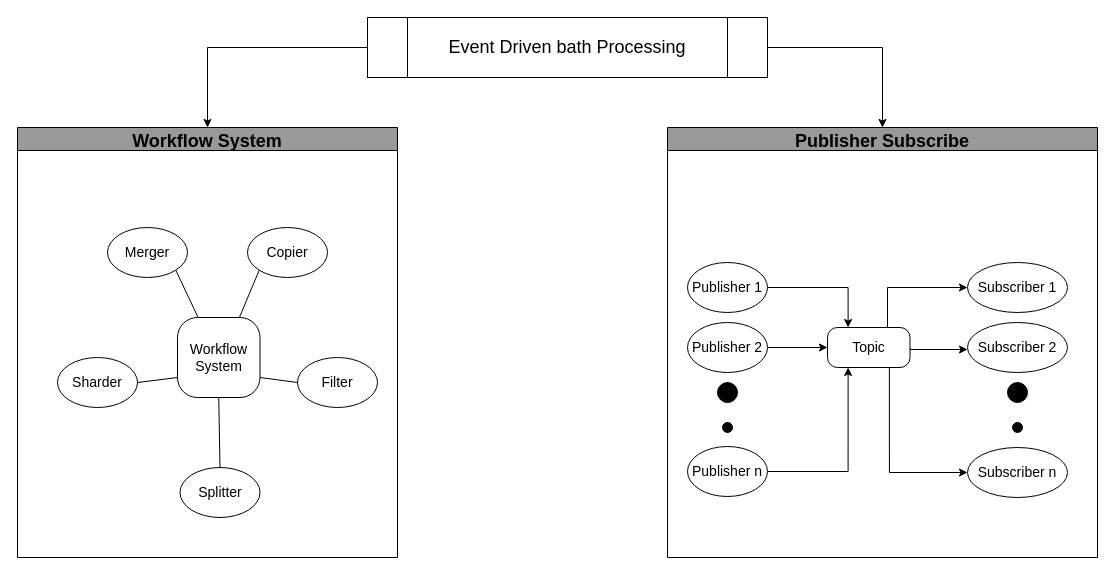
This is Untitled Diagram.drawio from SuvroDebnath/CSE707, a draw.io file, before an edit. Source tidied: cells renumbered, new cells numbered last; positions are measured from the earlier drawing's top-left corner, leaving out a move shared by most shapes. Both pictures are drawn from the tidied source at 100%, with x=0, y=0 at pixel (17, 17).
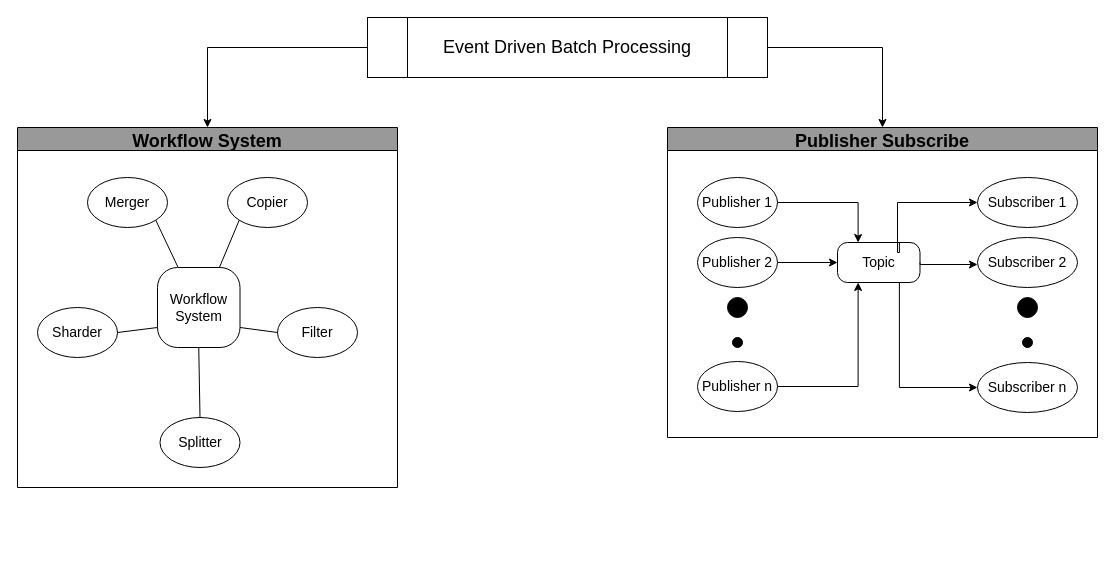
The same diagram, later.

Change to the diagram source:
```diff
@@
+    <mxCell id="13" style="edgeStyle=orthogonalEdgeStyle;rounded=0;jettySize=auto;html=1;exitX=0;exitY=0.5;exitDx=0;exitDy=0;entryX=0.5;entryY=0;entryDx=0;entryDy=0;fontSize=18;" parent="1" edge="1" source="15" target="33">
+      <mxGeometry relative="1" as="geometry" />
+    </mxCell>
+    <mxCell id="14" style="edgeStyle=orthogonalEdgeStyle;rounded=0;jettySize=auto;html=1;exitX=1;exitY=0.5;exitDx=0;exitDy=0;entryX=0.5;entryY=0;entryDx=0;entryDy=0;fontSize=18;" parent="1" edge="1" source="15" target="34">
+      <mxGeometry relative="1" as="geometry" />
+    </mxCell>
+    <mxCell id="15" value="&lt;span&gt;&lt;font style=&quot;font-size: 18px&quot;&gt;Event Driven Batch Processing&lt;/font&gt;&lt;/span&gt;" style="shape=process;whiteSpace=wrap;html=1;backgroundOutline=1;fontSize=14;fillColor=none;" parent="1" vertex="1">
+      <mxGeometry x="350" width="400" height="60" as="geometry" />
+    </mxCell>
+    <mxCell id="33" value="Workflow System" style="swimlane;fontSize=18;fillColor=#999999;" parent="1" vertex="1">
+      <mxGeometry y="110" width="380" height="360" as="geometry" />
+    </mxCell>
-    <mxCell id="2" value="Workflow System" style="rounded=1;whiteSpace=wrap;html=1;fontSize=14;arcSize=25;" parent="1" vertex="1">
-      <mxGeometry x="160" y="300" width="82.5" height="80" as="geometry" />
+    <mxCell id="2" value="Workflow System" style="rounded=1;whiteSpace=wrap;html=1;fontSize=14;arcSize=25;" parent="33" vertex="1">
+      <mxGeometry x="140" y="140" width="82.5" height="80" as="geometry" />
     </mxCell>
-    <mxCell id="3" value="Copier" style="ellipse;whiteSpace=wrap;html=1;fontSize=14;" parent="1" vertex="1">
-      <mxGeometry x="230" y="210" width="80" height="50" as="geometry" />
+    <mxCell id="3" value="Copier" style="ellipse;whiteSpace=wrap;html=1;fontSize=14;" parent="33" vertex="1">
+      <mxGeometry x="210" y="50" width="80" height="50" as="geometry" />
     </mxCell>
-    <mxCell id="4" style="endArrow=none;html=1;rounded=0;fontSize=14;exitX=0.75;exitY=0;exitDx=0;exitDy=0;entryX=0;entryY=1;entryDx=0;entryDy=0;" parent="1" edge="1" source="2" target="3">
+    <mxCell id="4" style="endArrow=none;html=1;rounded=0;fontSize=14;exitX=0.75;exitY=0;exitDx=0;exitDy=0;entryX=0;entryY=1;entryDx=0;entryDy=0;" parent="33" edge="1" source="2" target="3">
       <mxGeometry relative="1" as="geometry" />
     </mxCell>
-    <mxCell id="5" value="Filter" style="ellipse;whiteSpace=wrap;html=1;fontSize=14;" parent="1" vertex="1">
-      <mxGeometry x="280" y="340" width="80" height="50" as="geometry" />
+    <mxCell id="5" value="Filter" style="ellipse;whiteSpace=wrap;html=1;fontSize=14;" parent="33" vertex="1">
+      <mxGeometry x="260" y="180" width="80" height="50" as="geometry" />
     </mxCell>
-    <mxCell id="6" value="Splitter" style="ellipse;whiteSpace=wrap;html=1;fontSize=14;" parent="1" vertex="1">
-      <mxGeometry x="162.5" y="450" width="80" height="50" as="geometry" />
+    <mxCell id="6" value="Splitter" style="ellipse;whiteSpace=wrap;html=1;fontSize=14;" parent="33" vertex="1">
+      <mxGeometry x="142.5" y="290" width="80" height="50" as="geometry" />
     </mxCell>
-    <mxCell id="7" value="Sharder" style="ellipse;whiteSpace=wrap;html=1;fontSize=14;" parent="1" vertex="1">
-      <mxGeometry x="40" y="340" width="80" height="50" as="geometry" />
+    <mxCell id="7" value="Sharder" style="ellipse;whiteSpace=wrap;html=1;fontSize=14;" parent="33" vertex="1">
+      <mxGeometry x="20" y="180" width="80" height="50" as="geometry" />
     </mxCell>
-    <mxCell id="8" value="Merger" style="ellipse;whiteSpace=wrap;html=1;fontSize=14;" parent="1" vertex="1">
-      <mxGeometry x="90" y="210" width="80" height="50" as="geometry" />
+    <mxCell id="8" value="Merger" style="ellipse;whiteSpace=wrap;html=1;fontSize=14;" parent="33" vertex="1">
+      <mxGeometry x="70" y="50" width="80" height="50" as="geometry" />
     </mxCell>
-    <mxCell id="9" style="endArrow=none;html=1;rounded=0;fontSize=14;exitX=0.25;exitY=0;exitDx=0;exitDy=0;entryX=1;entryY=1;entryDx=0;entryDy=0;" parent="1" edge="1" source="2" target="8">
+    <mxCell id="9" style="endArrow=none;html=1;rounded=0;fontSize=14;exitX=0.25;exitY=0;exitDx=0;exitDy=0;entryX=1;entryY=1;entryDx=0;entryDy=0;" parent="33" edge="1" source="2" target="8">
       <mxGeometry relative="1" as="geometry" />
     </mxCell>
-    <mxCell id="10" style="endArrow=none;html=1;rounded=0;fontSize=14;entryX=0;entryY=0.5;entryDx=0;entryDy=0;exitX=1;exitY=0.75;exitDx=0;exitDy=0;" parent="1" edge="1" source="2" target="5">
+    <mxCell id="10" style="endArrow=none;html=1;rounded=0;fontSize=14;entryX=0;entryY=0.5;entryDx=0;entryDy=0;exitX=1;exitY=0.75;exitDx=0;exitDy=0;" parent="33" edge="1" source="2" target="5">
       <mxGeometry relative="1" as="geometry" />
     </mxCell>
-    <mxCell id="11" style="endArrow=none;html=1;rounded=0;fontSize=14;entryX=1;entryY=0.5;entryDx=0;entryDy=0;exitX=0;exitY=0.75;exitDx=0;exitDy=0;" parent="1" edge="1" source="2" target="7">
+    <mxCell id="11" style="endArrow=none;html=1;rounded=0;fontSize=14;entryX=1;entryY=0.5;entryDx=0;entryDy=0;exitX=0;exitY=0.75;exitDx=0;exitDy=0;" parent="33" edge="1" source="2" target="7">
       <mxGeometry relative="1" as="geometry" />
     </mxCell>
-    <mxCell id="12" style="endArrow=none;html=1;rounded=0;fontSize=14;exitX=0.5;exitY=0;exitDx=0;exitDy=0;entryX=0.5;entryY=1;entryDx=0;entryDy=0;" parent="1" edge="1" source="6" target="2">
+    <mxCell id="12" style="endArrow=none;html=1;rounded=0;fontSize=14;exitX=0.5;exitY=0;exitDx=0;exitDy=0;entryX=0.5;entryY=1;entryDx=0;entryDy=0;" parent="33" edge="1" source="6" target="2">
       <mxGeometry relative="1" as="geometry" />
     </mxCell>
-    <mxCell id="13" style="edgeStyle=orthogonalEdgeStyle;rounded=0;jettySize=auto;html=1;exitX=0;exitY=0.5;exitDx=0;exitDy=0;entryX=0.5;entryY=0;entryDx=0;entryDy=0;fontSize=18;" parent="1" edge="1" source="15" target="33">
-      <mxGeometry relative="1" as="geometry" />
-    </mxCell>
-    <mxCell id="14" style="edgeStyle=orthogonalEdgeStyle;rounded=0;jettySize=auto;html=1;exitX=1;exitY=0.5;exitDx=0;exitDy=0;entryX=0.5;entryY=0;entryDx=0;entryDy=0;fontSize=18;" parent="1" edge="1" source="15" target="34">
-      <mxGeometry relative="1" as="geometry" />
-    </mxCell>
-    <mxCell id="15" value="&lt;span&gt;&lt;font style=&quot;font-size: 18px&quot;&gt;Event Driven bath Processing&lt;/font&gt;&lt;/span&gt;" style="shape=process;whiteSpace=wrap;html=1;backgroundOutline=1;fontSize=14;fillColor=none;" parent="1" vertex="1">
-      <mxGeometry x="350" width="400" height="60" as="geometry" />
-    </mxCell>
-    <mxCell id="16" style="edgeStyle=orthogonalEdgeStyle;rounded=0;jettySize=auto;html=1;exitX=0.75;exitY=0;exitDx=0;exitDy=0;fontSize=18;entryX=0;entryY=0.5;entryDx=0;entryDy=0;" parent="1" edge="1" source="19" target="28">
-      <mxGeometry relative="1" as="geometry">
-        <Array as="points">
-          <mxPoint x="870" y="320" />
-          <mxPoint x="870" y="270" />
-        </Array>
-      </mxGeometry>
-    </mxCell>
-    <mxCell id="17" style="edgeStyle=orthogonalEdgeStyle;rounded=0;jettySize=auto;html=1;exitX=0.75;exitY=1;exitDx=0;exitDy=0;entryX=0;entryY=0.5;entryDx=0;entryDy=0;fontSize=18;" parent="1" edge="1" source="19" target="32">
-      <mxGeometry relative="1" as="geometry" />
-    </mxCell>
-    <mxCell id="18" style="edgeStyle=orthogonalEdgeStyle;rounded=0;jettySize=auto;html=1;exitX=1;exitY=0.5;exitDx=0;exitDy=0;fontSize=18;entryX=0;entryY=0.54;entryDx=0;entryDy=0;entryPerimeter=0;" parent="1" edge="1" source="19" target="31">
-      <mxGeometry relative="1" as="geometry">
-        <Array as="points">
-          <mxPoint x="893" y="332" />
-        </Array>
-      </mxGeometry>
-    </mxCell>
+    <mxCell id="34" value="Publisher Subscribe" style="swimlane;fontSize=18;fillColor=#999999;" parent="1" vertex="1">
+      <mxGeometry x="650" y="110" width="430" height="310" as="geometry" />
+    </mxCell>
-    <mxCell id="19" value="Topic" style="rounded=1;whiteSpace=wrap;html=1;fontSize=14;arcSize=25;" parent="1" vertex="1">
-      <mxGeometry x="810" y="310" width="82.5" height="40" as="geometry" />
+    <mxCell id="19" value="Topic" style="rounded=1;whiteSpace=wrap;html=1;fontSize=14;arcSize=25;" parent="34" vertex="1">
+      <mxGeometry x="170" y="115" width="82.5" height="40" as="geometry" />
     </mxCell>
-    <mxCell id="20" style="edgeStyle=orthogonalEdgeStyle;rounded=0;jettySize=auto;html=1;exitX=1;exitY=0.5;exitDx=0;exitDy=0;entryX=0.25;entryY=0;entryDx=0;entryDy=0;fontSize=18;" parent="1" edge="1" source="21" target="19">
+    <mxCell id="20" style="edgeStyle=orthogonalEdgeStyle;rounded=0;jettySize=auto;html=1;exitX=1;exitY=0.5;exitDx=0;exitDy=0;entryX=0.25;entryY=0;entryDx=0;entryDy=0;fontSize=18;" parent="34" edge="1" source="21" target="19">
       <mxGeometry relative="1" as="geometry" />
     </mxCell>
-    <mxCell id="21" value="Publisher 1" style="ellipse;whiteSpace=wrap;html=1;fontSize=14;" parent="1" vertex="1">
-      <mxGeometry x="670" y="245" width="80" height="50" as="geometry" />
+    <mxCell id="21" value="Publisher 1" style="ellipse;whiteSpace=wrap;html=1;fontSize=14;" parent="34" vertex="1">
+      <mxGeometry x="30" y="50" width="80" height="50" as="geometry" />
     </mxCell>
-    <mxCell id="22" style="edgeStyle=orthogonalEdgeStyle;rounded=0;jettySize=auto;html=1;exitX=1;exitY=0.5;exitDx=0;exitDy=0;entryX=0;entryY=0.5;entryDx=0;entryDy=0;fontSize=18;" parent="1" edge="1" source="23" target="19">
+    <mxCell id="22" style="edgeStyle=orthogonalEdgeStyle;rounded=0;jettySize=auto;html=1;exitX=1;exitY=0.5;exitDx=0;exitDy=0;entryX=0;entryY=0.5;entryDx=0;entryDy=0;fontSize=18;" parent="34" edge="1" source="23" target="19">
       <mxGeometry relative="1" as="geometry" />
     </mxCell>
-    <mxCell id="23" value="Publisher 2" style="ellipse;whiteSpace=wrap;html=1;fontSize=14;" parent="1" vertex="1">
-      <mxGeometry x="670" y="305" width="80" height="50" as="geometry" />
+    <mxCell id="23" value="Publisher 2" style="ellipse;whiteSpace=wrap;html=1;fontSize=14;" parent="34" vertex="1">
+      <mxGeometry x="30" y="110" width="80" height="50" as="geometry" />
     </mxCell>
-    <mxCell id="24" style="edgeStyle=orthogonalEdgeStyle;rounded=0;jettySize=auto;html=1;exitX=1;exitY=0.5;exitDx=0;exitDy=0;entryX=0.25;entryY=1;entryDx=0;entryDy=0;fontSize=18;" parent="1" edge="1" source="25" target="19">
+    <mxCell id="24" style="edgeStyle=orthogonalEdgeStyle;rounded=0;jettySize=auto;html=1;exitX=1;exitY=0.5;exitDx=0;exitDy=0;entryX=0.25;entryY=1;entryDx=0;entryDy=0;fontSize=18;" parent="34" edge="1" source="25" target="19">
       <mxGeometry relative="1" as="geometry" />
     </mxCell>
-    <mxCell id="25" value="Publisher n" style="ellipse;whiteSpace=wrap;html=1;fontSize=14;" parent="1" vertex="1">
-      <mxGeometry x="670" y="429" width="80" height="50" as="geometry" />
+    <mxCell id="25" value="Publisher n" style="ellipse;whiteSpace=wrap;html=1;fontSize=14;" parent="34" vertex="1">
+      <mxGeometry x="30" y="234" width="80" height="50" as="geometry" />
     </mxCell>
-    <mxCell id="26" style="ellipse;whiteSpace=wrap;html=1;fontSize=18;fillColor=#000000;" parent="1" vertex="1">
-      <mxGeometry x="700" y="365" width="20" height="20" as="geometry" />
+    <mxCell id="26" style="ellipse;whiteSpace=wrap;html=1;fontSize=18;fillColor=#000000;" parent="34" vertex="1">
+      <mxGeometry x="60" y="170" width="20" height="20" as="geometry" />
     </mxCell>
-    <mxCell id="27" style="ellipse;whiteSpace=wrap;html=1;fontSize=18;fillColor=#000000;" parent="1" vertex="1">
-      <mxGeometry x="705" y="405" width="10" height="10" as="geometry" />
+    <mxCell id="27" style="ellipse;whiteSpace=wrap;html=1;fontSize=18;fillColor=#000000;" parent="34" vertex="1">
+      <mxGeometry x="65" y="210" width="10" height="10" as="geometry" />
     </mxCell>
-    <mxCell id="28" value="Subscriber 1" style="ellipse;whiteSpace=wrap;html=1;fontSize=14;" parent="1" vertex="1">
-      <mxGeometry x="950" y="245" width="100" height="50" as="geometry" />
+    <mxCell id="28" value="Subscriber 1" style="ellipse;whiteSpace=wrap;html=1;fontSize=14;" parent="34" vertex="1">
+      <mxGeometry x="310" y="50" width="100" height="50" as="geometry" />
     </mxCell>
+    <mxCell id="16" style="edgeStyle=orthogonalEdgeStyle;rounded=0;jettySize=auto;html=1;exitX=0.75;exitY=0;exitDx=0;exitDy=0;fontSize=18;entryX=0;entryY=0.5;entryDx=0;entryDy=0;" parent="34" edge="1" source="19" target="28">
+      <mxGeometry relative="1" as="geometry">
+        <Array as="points">
+          <mxPoint x="230" y="125" />
+          <mxPoint x="230" y="75" />
+        </Array>
+      </mxGeometry>
+    </mxCell>
-    <mxCell id="29" style="ellipse;whiteSpace=wrap;html=1;fontSize=18;fillColor=#000000;" parent="1" vertex="1">
-      <mxGeometry x="990" y="365" width="20" height="20" as="geometry" />
+    <mxCell id="29" style="ellipse;whiteSpace=wrap;html=1;fontSize=18;fillColor=#000000;" parent="34" vertex="1">
+      <mxGeometry x="350" y="170" width="20" height="20" as="geometry" />
     </mxCell>
-    <mxCell id="30" style="ellipse;whiteSpace=wrap;html=1;fontSize=18;fillColor=#000000;" parent="1" vertex="1">
-      <mxGeometry x="995" y="405" width="10" height="10" as="geometry" />
+    <mxCell id="30" style="ellipse;whiteSpace=wrap;html=1;fontSize=18;fillColor=#000000;" parent="34" vertex="1">
+      <mxGeometry x="355" y="210" width="10" height="10" as="geometry" />
     </mxCell>
-    <mxCell id="31" value="Subscriber 2" style="ellipse;whiteSpace=wrap;html=1;fontSize=14;" parent="1" vertex="1">
-      <mxGeometry x="950" y="305" width="100" height="50" as="geometry" />
+    <mxCell id="31" value="Subscriber 2" style="ellipse;whiteSpace=wrap;html=1;fontSize=14;" parent="34" vertex="1">
+      <mxGeometry x="310" y="110" width="100" height="50" as="geometry" />
     </mxCell>
+    <mxCell id="18" style="edgeStyle=orthogonalEdgeStyle;rounded=0;jettySize=auto;html=1;exitX=1;exitY=0.5;exitDx=0;exitDy=0;fontSize=18;entryX=0;entryY=0.54;entryDx=0;entryDy=0;entryPerimeter=0;" parent="34" edge="1" source="19" target="31">
+      <mxGeometry relative="1" as="geometry">
+        <Array as="points">
+          <mxPoint x="253" y="137" />
+        </Array>
+      </mxGeometry>
+    </mxCell>
-    <mxCell id="32" value="Subscriber n" style="ellipse;whiteSpace=wrap;html=1;fontSize=14;" parent="1" vertex="1">
-      <mxGeometry x="950" y="430" width="100" height="50" as="geometry" />
+    <mxCell id="32" value="Subscriber n" style="ellipse;whiteSpace=wrap;html=1;fontSize=14;" parent="34" vertex="1">
+      <mxGeometry x="310" y="235" width="100" height="50" as="geometry" />
     </mxCell>
-    <mxCell id="33" value="Workflow System" style="swimlane;fontSize=18;fillColor=#999999;" parent="1" vertex="1">
-      <mxGeometry y="110" width="380" height="430" as="geometry" />
-    </mxCell>
-    <mxCell id="34" value="Publisher Subscribe" style="swimlane;fontSize=18;fillColor=#999999;" parent="1" vertex="1">
-      <mxGeometry x="650" y="110" width="430" height="430" as="geometry" />
-    </mxCell>
+    <mxCell id="17" style="edgeStyle=orthogonalEdgeStyle;rounded=0;jettySize=auto;html=1;exitX=0.75;exitY=1;exitDx=0;exitDy=0;entryX=0;entryY=0.5;entryDx=0;entryDy=0;fontSize=18;" parent="34" edge="1" source="19" target="32">
+      <mxGeometry relative="1" as="geometry" />
+    </mxCell>
```
